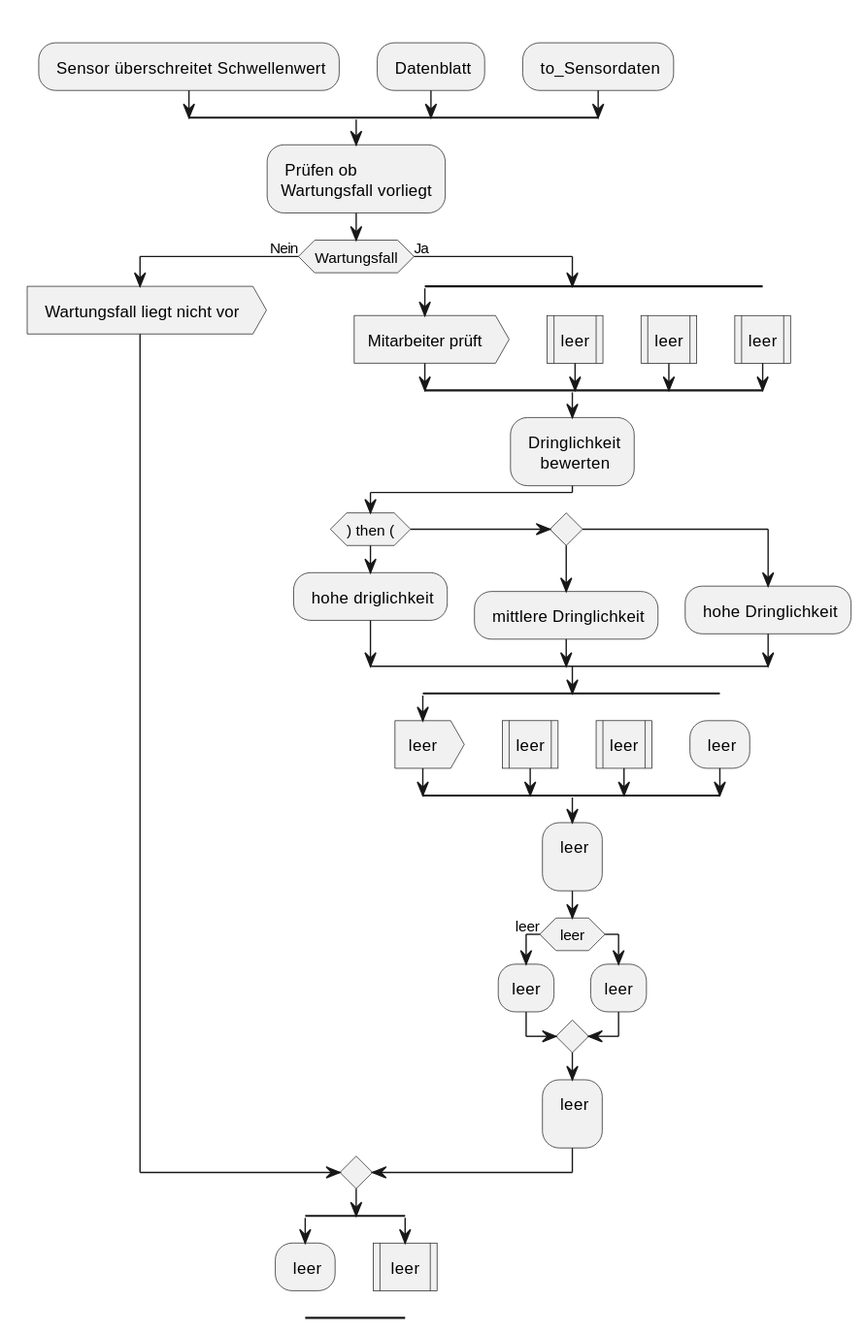
The PlantUML diagram out/Service_Rule/Aufgabe6_ASP2_Sommer2022/name Service.svg in Martin1088/Plantuml-With-Screenreader, before a commit.
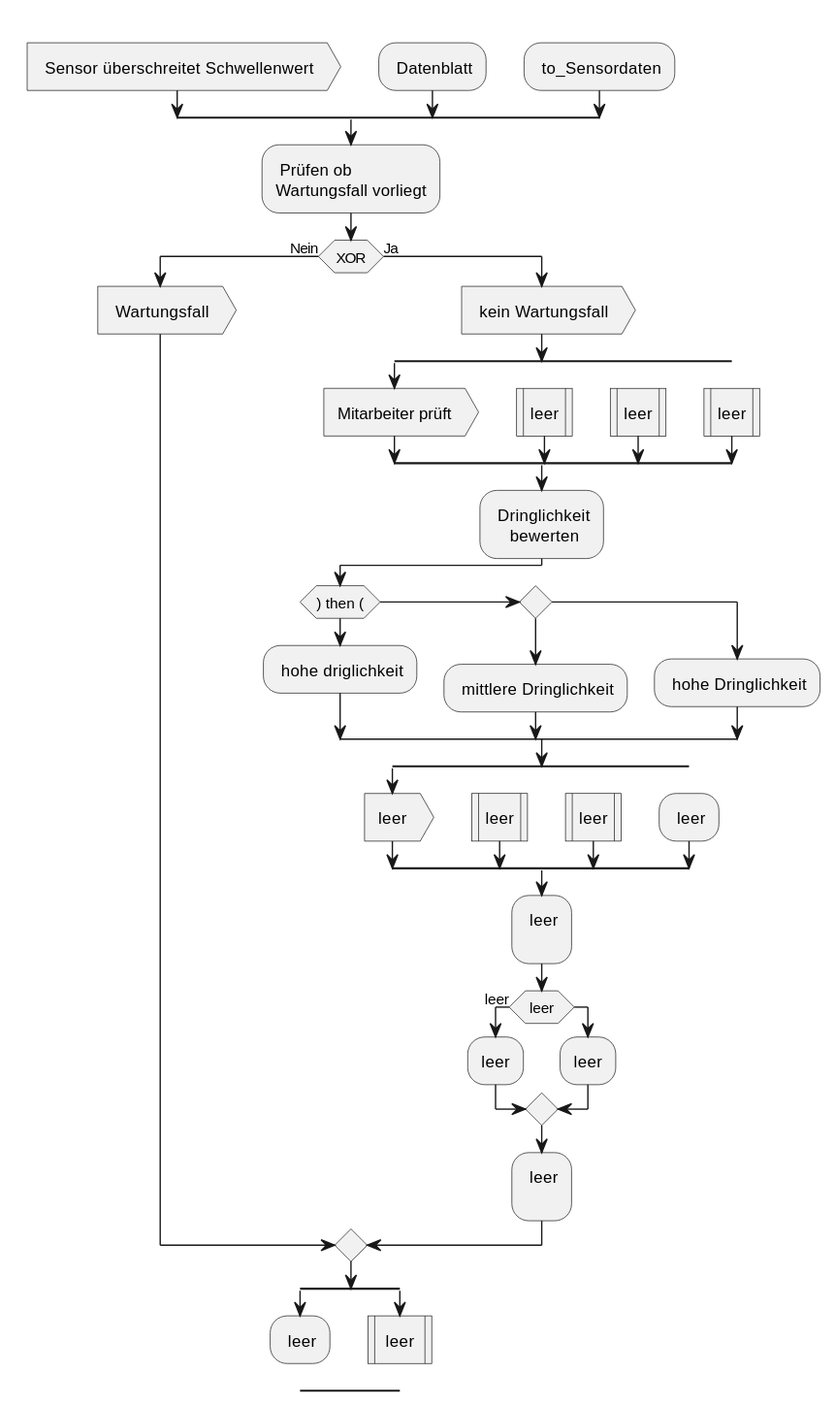
The same file after the commit.

Change to the diagram source:
```diff
@@ -1,7 +1,7 @@
 @startuml name Service
 split
     -[hidden]->
-    : Sensor überschreitet Schwellenwert;
+    : Sensor überschreitet Schwellenwert>
 split again
     -[hidden]->
     : Datenblatt;
@@ -11,9 +11,10 @@
 end split
 : Prüfen ob
 Wartungsfall vorliegt;
-if (Wartungsfall) then (Nein)
-: Wartungsfall liegt nicht vor>
+if (XOR) then (Nein)
+: Wartungsfall>
 else (Ja)
+: kein Wartungsfall>
 split
 :Mitarbeiter prüft>
 split again
```
